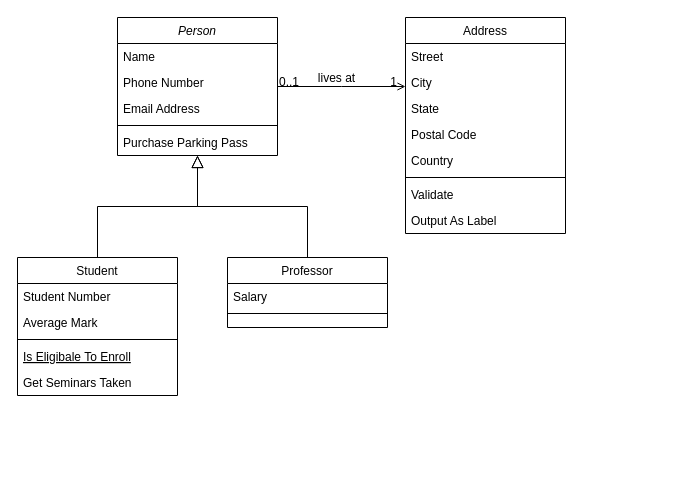
JpChavez16/proyecto_plataformas keeps this draw.io diagram as Untitled Diagram.drawio. Above is the earlier version. Source tidied: cells renumbered, new cells numbered last; positions are measured from the earlier drawing's top-left corner, leaving out a move shared by most shapes. Both pictures are drawn from the tidied source at 100%, with x=0, y=0 at pixel (17, 17).
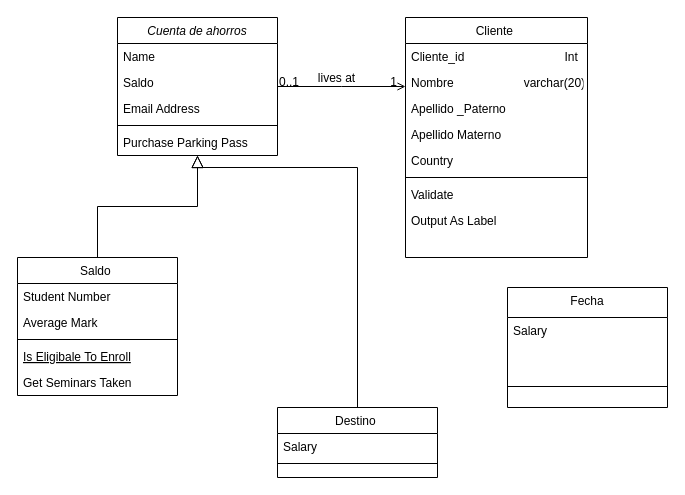
After the change.

Change to the diagram source:
```diff
@@
-    <mxCell id="2" value="Person" style="swimlane;fontStyle=2;align=center;verticalAlign=top;horizontal=1;startSize=26;rounded=0;shadow=0;strokeWidth=1;" parent="1" vertex="1">
+    <mxCell id="2" value="Cuenta de ahorros" style="swimlane;fontStyle=2;align=center;verticalAlign=top;horizontal=1;startSize=26;rounded=0;shadow=0;strokeWidth=1;" parent="1" vertex="1">
       <mxGeometry x="100" width="160" height="138" as="geometry" />
     </mxCell>
@@
-    <mxCell id="4" value="Phone Number" style="text;align=left;verticalAlign=top;spacingLeft=4;spacingRight=4;overflow=hidden;rounded=0;shadow=0;html=0;" parent="2" vertex="1">
+    <mxCell id="4" value="Saldo" style="text;align=left;verticalAlign=top;spacingLeft=4;spacingRight=4;overflow=hidden;rounded=0;shadow=0;html=0;" parent="2" vertex="1">
       <mxGeometry y="52" width="160" height="26" as="geometry" />
     </mxCell>
@@
-    <mxCell id="8" value="Student" style="swimlane;fontStyle=0;align=center;verticalAlign=top;horizontal=1;startSize=26;rounded=0;shadow=0;strokeWidth=1;" parent="1" vertex="1">
+    <mxCell id="8" value="Saldo " style="swimlane;fontStyle=0;align=center;verticalAlign=top;horizontal=1;startSize=26;rounded=0;shadow=0;strokeWidth=1;" parent="1" vertex="1">
       <mxGeometry y="240" width="160" height="138" as="geometry" />
     </mxCell>
@@
-    <mxCell id="15" value="Professor" style="swimlane;fontStyle=0;align=center;verticalAlign=top;horizontal=1;startSize=26;rounded=0;shadow=0;strokeWidth=1;" parent="1" vertex="1">
-      <mxGeometry x="210" y="240" width="160" height="70" as="geometry" />
-    </mxCell>
-    <mxCell id="16" value="Salary" style="text;align=left;verticalAlign=top;spacingLeft=4;spacingRight=4;overflow=hidden;" parent="15" vertex="1">
-      <mxGeometry y="26" width="160" height="26" as="geometry" />
-    </mxCell>
-    <mxCell id="17" style="line;html=1;strokeWidth=1;align=left;verticalAlign=middle;spacingTop=-1;spacingLeft=3;spacingRight=3;labelPosition=right;" parent="15" vertex="1">
-      <mxGeometry y="52" width="160" height="8" as="geometry" />
-    </mxCell>
     <mxCell id="18" style="endArrow=block;endSize=10;endFill=0;shadow=0;strokeWidth=1;rounded=0;edgeStyle=elbowEdgeStyle;elbow=vertical;" parent="1" edge="1" source="15" target="2">
-      <mxGeometry relative="1" as="geometry" />
+      <mxGeometry relative="1" as="geometry">
+        <Array as="points">
+          <mxPoint x="180" y="150" />
+          <mxPoint x="190" y="160" />
+          <mxPoint x="380" y="160" />
+        </Array>
+      </mxGeometry>
     </mxCell>
-    <mxCell id="19" value="Address" style="swimlane;fontStyle=0;align=center;verticalAlign=top;horizontal=1;startSize=26;rounded=0;shadow=0;strokeWidth=1;" parent="1" vertex="1">
-      <mxGeometry x="388" width="160" height="216" as="geometry" />
+    <mxCell id="19" value="Cliente " style="swimlane;fontStyle=0;align=center;verticalAlign=top;horizontal=1;startSize=26;rounded=0;shadow=0;strokeWidth=1;" parent="1" vertex="1">
+      <mxGeometry x="388" width="182" height="240" as="geometry" />
     </mxCell>
-    <mxCell id="20" value="Street" style="text;align=left;verticalAlign=top;spacingLeft=4;spacingRight=4;overflow=hidden;" parent="19" vertex="1">
-      <mxGeometry y="26" width="160" height="26" as="geometry" />
+    <mxCell id="20" value="Cliente_id                              Int" style="text;align=left;verticalAlign=top;spacingLeft=4;spacingRight=4;overflow=hidden;" parent="19" vertex="1">
+      <mxGeometry y="26" width="182" height="26" as="geometry" />
     </mxCell>
-    <mxCell id="21" value="City" style="text;align=left;verticalAlign=top;spacingLeft=4;spacingRight=4;overflow=hidden;rounded=0;shadow=0;html=0;" parent="19" vertex="1">
-      <mxGeometry y="52" width="160" height="26" as="geometry" />
+    <mxCell id="21" value="Nombre                     varchar(20)" style="text;align=left;verticalAlign=top;spacingLeft=4;spacingRight=4;overflow=hidden;rounded=0;shadow=0;html=0;" parent="19" vertex="1">
+      <mxGeometry y="52" width="182" height="26" as="geometry" />
     </mxCell>
-    <mxCell id="22" value="State" style="text;align=left;verticalAlign=top;spacingLeft=4;spacingRight=4;overflow=hidden;rounded=0;shadow=0;html=0;" parent="19" vertex="1">
-      <mxGeometry y="78" width="160" height="26" as="geometry" />
+    <mxCell id="22" value="Apellido _Paterno&#10;" style="text;align=left;verticalAlign=top;spacingLeft=4;spacingRight=4;overflow=hidden;rounded=0;shadow=0;html=0;" parent="19" vertex="1">
+      <mxGeometry y="78" width="182" height="26" as="geometry" />
     </mxCell>
-    <mxCell id="23" value="Postal Code" style="text;align=left;verticalAlign=top;spacingLeft=4;spacingRight=4;overflow=hidden;rounded=0;shadow=0;html=0;" parent="19" vertex="1">
-      <mxGeometry y="104" width="160" height="26" as="geometry" />
+    <mxCell id="23" value="Apellido Materno&#10;" style="text;align=left;verticalAlign=top;spacingLeft=4;spacingRight=4;overflow=hidden;rounded=0;shadow=0;html=0;" parent="19" vertex="1">
+      <mxGeometry y="104" width="182" height="26" as="geometry" />
     </mxCell>
     <mxCell id="24" value="Country" style="text;align=left;verticalAlign=top;spacingLeft=4;spacingRight=4;overflow=hidden;rounded=0;shadow=0;html=0;" parent="19" vertex="1">
-      <mxGeometry y="130" width="160" height="26" as="geometry" />
+      <mxGeometry y="130" width="182" height="26" as="geometry" />
     </mxCell>
     <mxCell id="25" style="line;html=1;strokeWidth=1;align=left;verticalAlign=middle;spacingTop=-1;spacingLeft=3;spacingRight=3;labelPosition=right;" parent="19" vertex="1">
-      <mxGeometry y="156" width="160" height="8" as="geometry" />
+      <mxGeometry y="156" width="182" height="8" as="geometry" />
     </mxCell>
     <mxCell id="26" value="Validate" style="text;align=left;verticalAlign=top;spacingLeft=4;spacingRight=4;overflow=hidden;" parent="19" vertex="1">
-      <mxGeometry y="164" width="160" height="26" as="geometry" />
+      <mxGeometry y="164" width="182" height="26" as="geometry" />
     </mxCell>
     <mxCell id="27" value="Output As Label" style="text;align=left;verticalAlign=top;spacingLeft=4;spacingRight=4;overflow=hidden;" parent="19" vertex="1">
-      <mxGeometry y="190" width="160" height="26" as="geometry" />
+      <mxGeometry y="190" width="182" height="26" as="geometry" />
     </mxCell>
@@
+    <mxCell id="15" value="Destino " style="swimlane;fontStyle=0;align=center;verticalAlign=top;horizontal=1;startSize=26;rounded=0;shadow=0;strokeWidth=1;" parent="1" vertex="1">
+      <mxGeometry x="260" y="390" width="160" height="70" as="geometry" />
+    </mxCell>
+    <mxCell id="16" value="Salary" style="text;align=left;verticalAlign=top;spacingLeft=4;spacingRight=4;overflow=hidden;" parent="15" vertex="1">
+      <mxGeometry y="26" width="160" height="26" as="geometry" />
+    </mxCell>
+    <mxCell id="17" style="line;html=1;strokeWidth=1;align=left;verticalAlign=middle;spacingTop=-1;spacingLeft=3;spacingRight=3;labelPosition=right;" parent="15" vertex="1">
+      <mxGeometry y="52" width="160" height="8" as="geometry" />
+    </mxCell>
+    <mxCell id="32" value="Fecha" style="swimlane;fontStyle=0;align=center;verticalAlign=top;horizontal=1;startSize=30;rounded=0;shadow=0;strokeWidth=1;" parent="1" vertex="1">
+      <mxGeometry x="490" y="270" width="160" height="120" as="geometry" />
+    </mxCell>
+    <mxCell id="33" value="Salary&#10;" style="text;align=left;verticalAlign=top;spacingLeft=4;spacingRight=4;overflow=hidden;" parent="32" vertex="1">
+      <mxGeometry y="30" width="160" height="60" as="geometry" />
+    </mxCell>
+    <mxCell id="34" style="line;html=1;strokeWidth=1;align=left;verticalAlign=middle;spacingTop=-1;spacingLeft=3;spacingRight=3;labelPosition=right;" parent="32" vertex="1">
+      <mxGeometry y="90" width="160" height="18" as="geometry" />
+    </mxCell>
```
